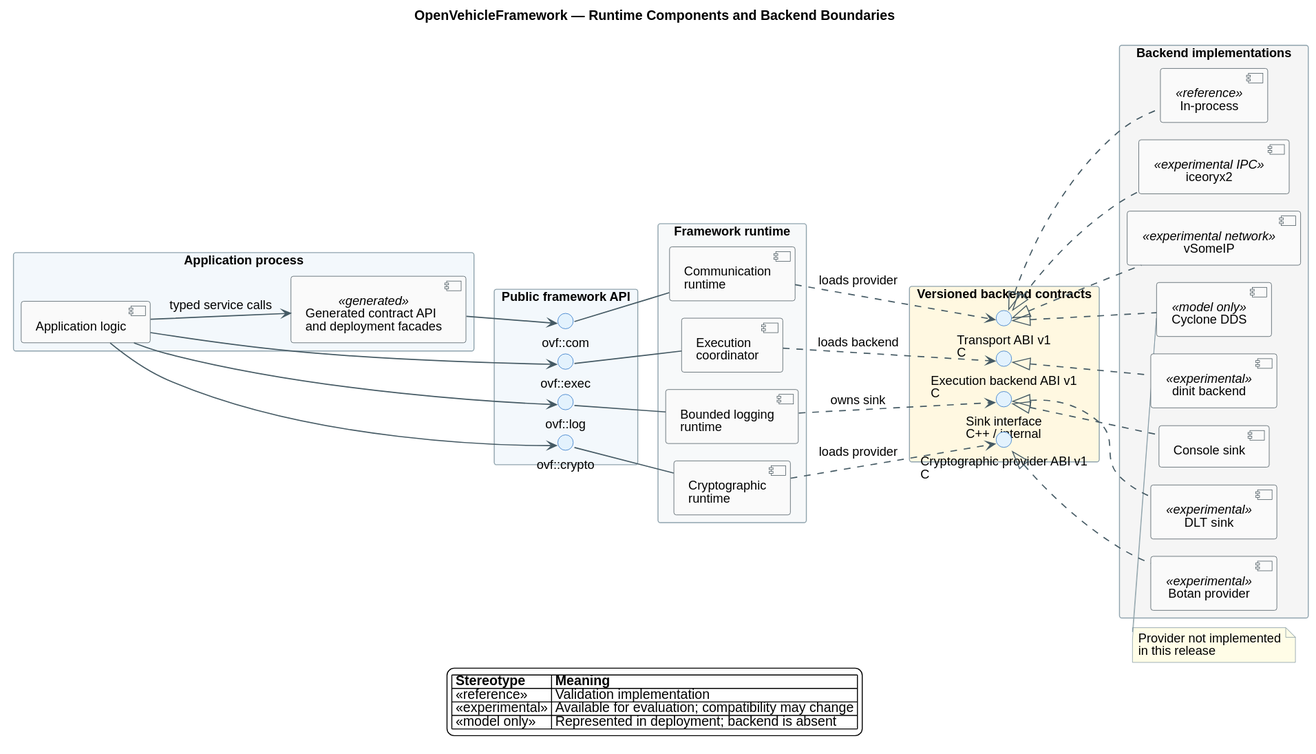
This is docs/diagrams/runtime-components.svg from unwynd/openvehicleframework, a PlantUML export, as it was before one commit.
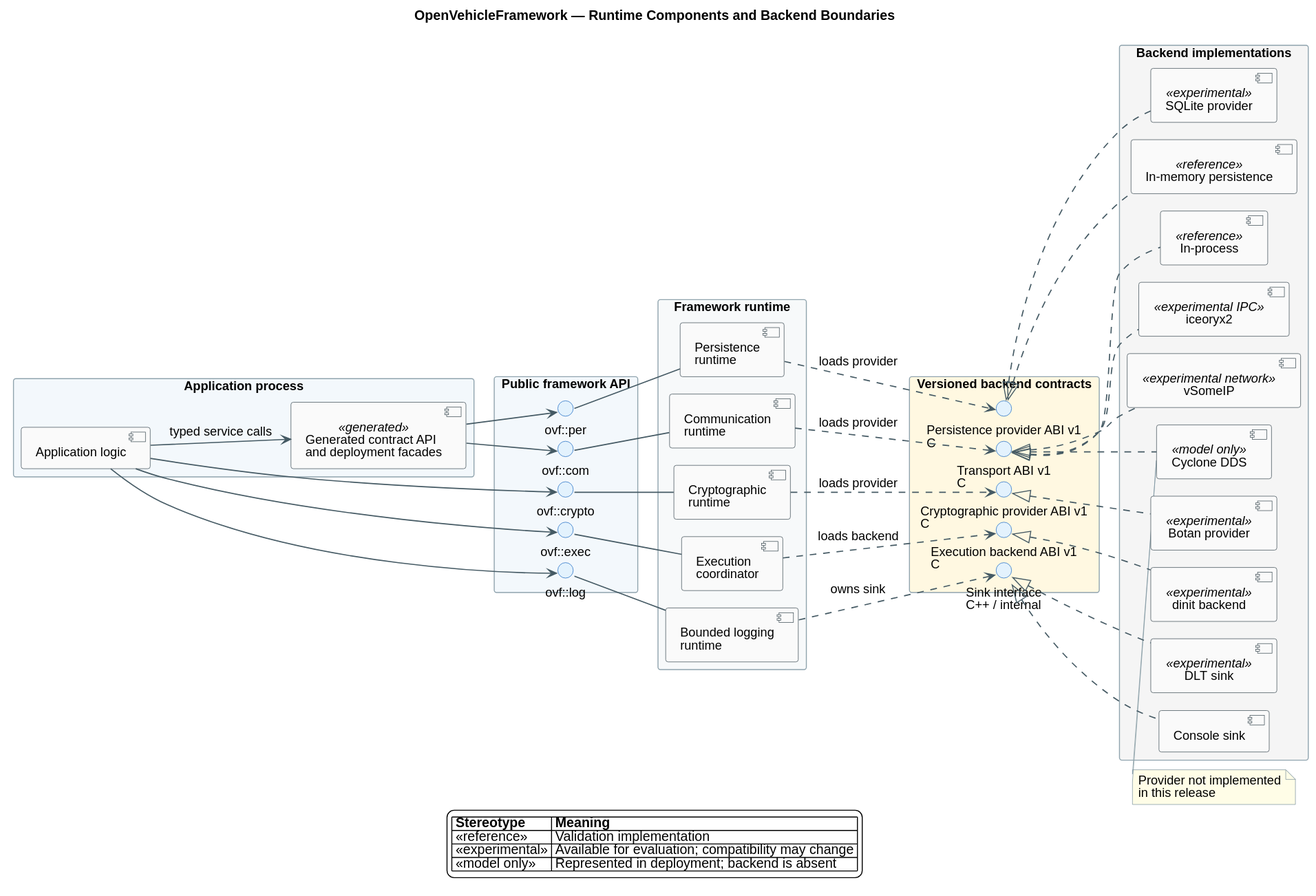
The same diagram one commit later.

Diff of the diagram source:
```diff
@@ -31,6 +31,7 @@
   interface "ovf::exec" as iexec
   interface "ovf::log" as ilog
   interface "ovf::crypto" as icrypto
+  interface "ovf::per" as iper
 }
 
 package "Framework runtime" as framework #F7F9FA {
@@ -38,6 +39,7 @@
   component "Execution\ncoordinator" as exec_runtime
   component "Bounded logging\nruntime" as log_runtime
   component "Cryptographic\nruntime" as crypto_runtime
+  component "Persistence\nruntime" as per_runtime
 }
 
 package "Versioned backend contracts" as contracts #FFF8E1 {
@@ -45,6 +47,7 @@
   interface "Execution backend ABI v1\nC" as execution_abi
   interface "Sink interface\nC++ / internal" as sink_interface
   interface "Cryptographic provider ABI v1\nC" as crypto_abi
+  interface "Persistence provider ABI v1\nC" as per_abi
 }
 
 package "Backend implementations" as backends #F5F5F5 {
@@ -56,22 +59,27 @@
   component "Console sink" as console
   component "DLT sink" as dlt <<experimental>>
   component "Botan provider" as botan <<experimental>>
+  component "SQLite provider" as sqlite <<experimental>>
+  component "In-memory persistence" as memory_per <<reference>>
 }
 
 generated --> icom
 app --> iexec
 app --> ilog
 app --> icrypto
+generated --> iper
 
 icom -- com_runtime
 iexec -- exec_runtime
 ilog -- log_runtime
 icrypto -- crypto_runtime
+iper -- per_runtime
 
 com_runtime ..> transport_abi : loads provider
 exec_runtime ..> execution_abi : loads backend
 log_runtime ..> sink_interface : owns sink
 crypto_runtime ..> crypto_abi : loads provider
+per_runtime ..> per_abi : loads provider
 
 transport_abi <|.. inproc
 transport_abi <|.. iceoryx2
@@ -81,6 +89,8 @@
 sink_interface <|.. console
 sink_interface <|.. dlt
 crypto_abi <|.. botan
+per_abi <|.. sqlite
+per_abi <|.. memory_per
 
 note bottom of dds
   Provider not implemented
```
